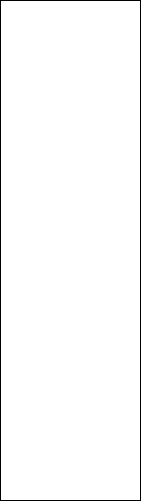
Above: Untitled Diagram.drawio.png in a490888602/draw (draw.io), before the change. Source tidied: cells renumbered, new cells last; positions are measured from the earlier drawing's top-left corner, leaving out a move shared by most shapes.
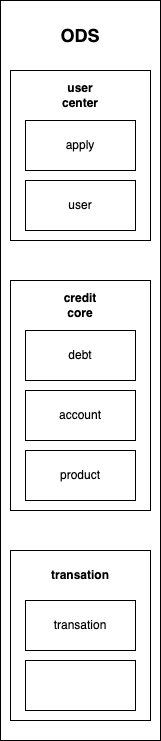
The same file after the commit.

Change to the diagram source:
```diff
@@ -3,7 +3,49 @@
     <mxCell id="0" />
     <mxCell id="1" parent="0" />
     <mxCell id="2" style="rounded=0;whiteSpace=wrap;html=1;" parent="1" vertex="1">
-      <mxGeometry width="140" height="500" as="geometry" />
+      <mxGeometry width="160" height="740" as="geometry" />
     </mxCell>
+    <mxCell id="3" style="rounded=0;whiteSpace=wrap;html=1;" parent="1" vertex="1">
+      <mxGeometry x="10" y="70" width="140" height="170" as="geometry" />
+    </mxCell>
+    <mxCell id="4" value="apply" style="rounded=0;whiteSpace=wrap;html=1;" parent="1" vertex="1">
+      <mxGeometry x="25" y="120" width="110" height="50" as="geometry" />
+    </mxCell>
+    <mxCell id="5" value="user" style="rounded=0;whiteSpace=wrap;html=1;" parent="1" vertex="1">
+      <mxGeometry x="25" y="180" width="110" height="50" as="geometry" />
+    </mxCell>
+    <mxCell id="6" value="&lt;b&gt;user center&lt;/b&gt;" style="text;html=1;strokeColor=none;fillColor=none;align=center;verticalAlign=middle;whiteSpace=wrap;rounded=0;" parent="1" vertex="1">
+      <mxGeometry x="50" y="80" width="60" height="30" as="geometry" />
+    </mxCell>
+    <mxCell id="7" style="rounded=0;whiteSpace=wrap;html=1;" parent="1" vertex="1">
+      <mxGeometry x="10" y="280" width="140" height="230" as="geometry" />
+    </mxCell>
+    <mxCell id="8" value="debt" style="rounded=0;whiteSpace=wrap;html=1;" parent="1" vertex="1">
+      <mxGeometry x="25" y="330" width="110" height="50" as="geometry" />
+    </mxCell>
+    <mxCell id="9" value="account" style="rounded=0;whiteSpace=wrap;html=1;" parent="1" vertex="1">
+      <mxGeometry x="25" y="390" width="110" height="50" as="geometry" />
+    </mxCell>
+    <mxCell id="10" value="&lt;b&gt;credit&lt;br&gt;core&lt;br&gt;&lt;/b&gt;" style="text;html=1;strokeColor=none;fillColor=none;align=center;verticalAlign=middle;whiteSpace=wrap;rounded=0;" parent="1" vertex="1">
+      <mxGeometry x="50" y="290" width="60" height="30" as="geometry" />
+    </mxCell>
+    <mxCell id="11" value="product" style="rounded=0;whiteSpace=wrap;html=1;" parent="1" vertex="1">
+      <mxGeometry x="25" y="450" width="110" height="50" as="geometry" />
+    </mxCell>
+    <mxCell id="12" value="&lt;b&gt;&lt;font style=&quot;font-size: 18px;&quot;&gt;ODS&lt;/font&gt;&lt;/b&gt;" style="text;html=1;strokeColor=none;fillColor=none;align=center;verticalAlign=middle;whiteSpace=wrap;rounded=0;" parent="1" vertex="1">
+      <mxGeometry x="50" y="20" width="60" height="30" as="geometry" />
+    </mxCell>
+    <mxCell id="13" style="rounded=0;whiteSpace=wrap;html=1;" parent="1" vertex="1">
+      <mxGeometry x="10" y="550" width="140" height="170" as="geometry" />
+    </mxCell>
+    <mxCell id="14" value="transation" style="rounded=0;whiteSpace=wrap;html=1;" parent="1" vertex="1">
+      <mxGeometry x="25" y="600" width="110" height="50" as="geometry" />
+    </mxCell>
+    <mxCell id="15" style="rounded=0;whiteSpace=wrap;html=1;" parent="1" vertex="1">
+      <mxGeometry x="25" y="660" width="110" height="50" as="geometry" />
+    </mxCell>
+    <mxCell id="16" value="&lt;b&gt;transation&lt;/b&gt;" style="text;html=1;strokeColor=none;fillColor=none;align=center;verticalAlign=middle;whiteSpace=wrap;rounded=0;" parent="1" vertex="1">
+      <mxGeometry x="50" y="560" width="60" height="30" as="geometry" />
+    </mxCell>
   </root>
 </mxGraphModel>
```
